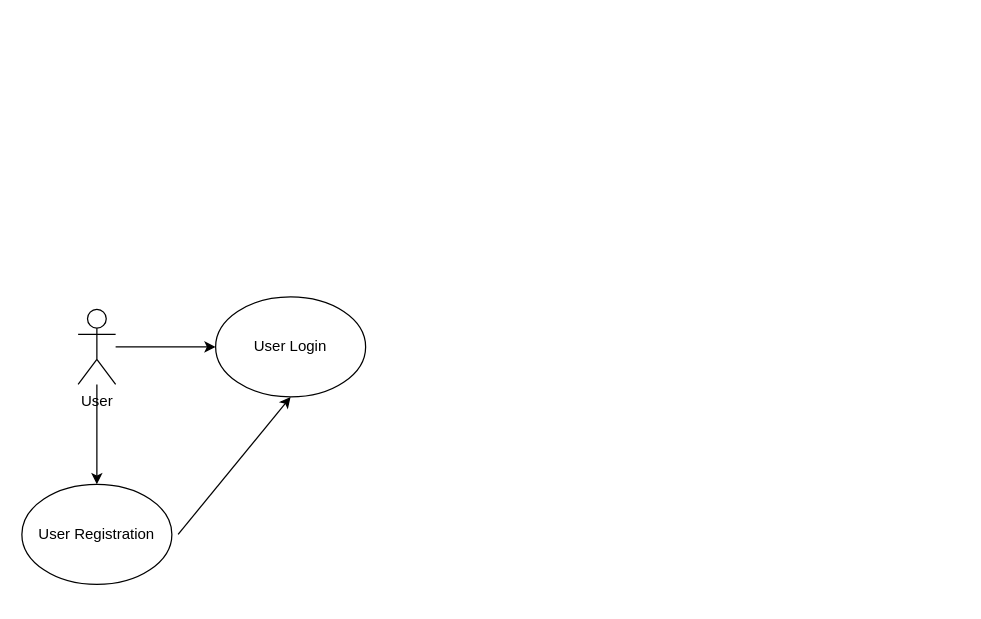
This is MovieList UCD.drawio from randyisalive/MovieList-FinalProject, a draw.io file, before an edit. Source tidied: cells renumbered, new cells numbered last; positions are measured from the earlier drawing's top-left corner, leaving out a move shared by most shapes. Both pictures are drawn from the tidied source at 125%, with x=0, y=0 at pixel (21, 296).
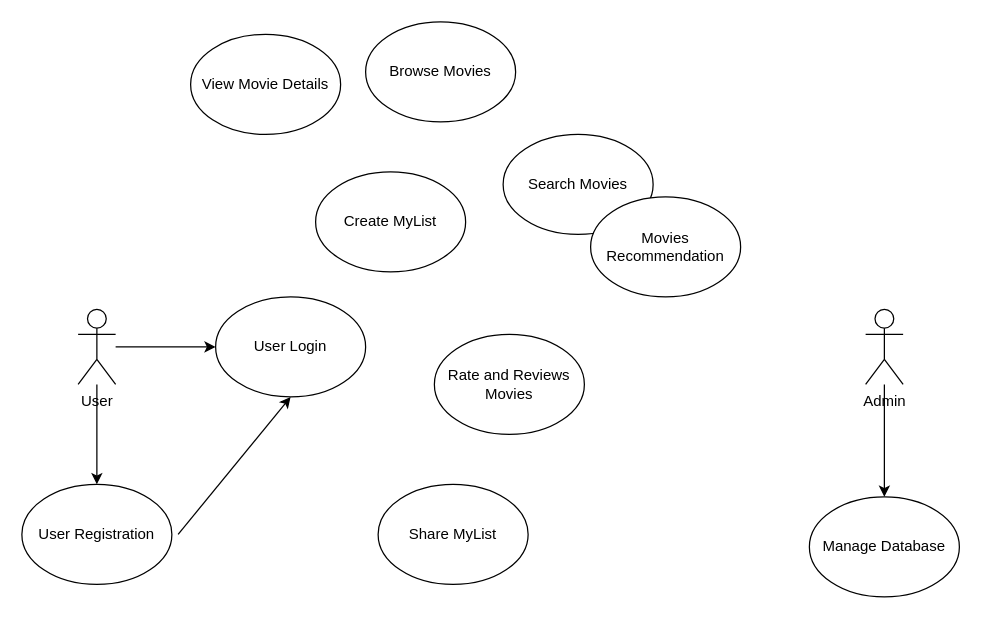
The same diagram, later.

The edit, as a diff of the source:
```diff
@@
 <mxGraphModel>
   <root>
     <mxCell id="0" />
     <mxCell id="1" parent="0" />
     <mxCell id="2" style="edgeStyle=orthogonalEdgeStyle;rounded=0;jettySize=auto;html=1;" parent="1" edge="1" source="4" target="5">
       <mxGeometry relative="1" as="geometry" />
     </mxCell>
     <mxCell id="3" style="edgeStyle=orthogonalEdgeStyle;rounded=0;jettySize=auto;html=1;" parent="1" edge="1" source="4" target="6">
       <mxGeometry relative="1" as="geometry" />
     </mxCell>
     <mxCell id="4" value="User" style="shape=umlActor;verticalLabelPosition=bottom;verticalAlign=top;html=1;outlineConnect=0;" parent="1" vertex="1">
       <mxGeometry x="45" y="10" width="30" height="60" as="geometry" />
     </mxCell>
     <mxCell id="5" value="User Login" style="ellipse;whiteSpace=wrap;html=1;" parent="1" vertex="1">
       <mxGeometry x="155" width="120" height="80" as="geometry" />
     </mxCell>
     <mxCell id="6" value="User Registration" style="ellipse;whiteSpace=wrap;html=1;" parent="1" vertex="1">
       <mxGeometry y="150" width="120" height="80" as="geometry" />
     </mxCell>
     <mxCell id="7" style="endArrow=classic;html=1;rounded=0;entryX=0.5;entryY=1;entryDx=0;entryDy=0;" parent="1" edge="1" target="5">
       <mxGeometry relative="1" as="geometry">
         <mxPoint x="125" y="190" as="sourcePoint" />
       </mxGeometry>
     </mxCell>
+    <mxCell id="8" value="Browse Movies" style="ellipse;whiteSpace=wrap;html=1;" parent="1" vertex="1">
+      <mxGeometry x="275" y="-220" width="120" height="80" as="geometry" />
+    </mxCell>
+    <mxCell id="9" value="View Movie Details" style="ellipse;whiteSpace=wrap;html=1;" parent="1" vertex="1">
+      <mxGeometry x="135" y="-210" width="120" height="80" as="geometry" />
+    </mxCell>
+    <mxCell id="10" value="Search Movies" style="ellipse;whiteSpace=wrap;html=1;" parent="1" vertex="1">
+      <mxGeometry x="385" y="-130" width="120" height="80" as="geometry" />
+    </mxCell>
+    <mxCell id="11" value="Rate and Reviews Movies" style="ellipse;whiteSpace=wrap;html=1;" parent="1" vertex="1">
+      <mxGeometry x="330" y="30" width="120" height="80" as="geometry" />
+    </mxCell>
+    <mxCell id="12" value="Create MyList" style="ellipse;whiteSpace=wrap;html=1;" parent="1" vertex="1">
+      <mxGeometry x="235" y="-100" width="120" height="80" as="geometry" />
+    </mxCell>
+    <mxCell id="13" value="Share MyList" style="ellipse;whiteSpace=wrap;html=1;" parent="1" vertex="1">
+      <mxGeometry x="285" y="150" width="120" height="80" as="geometry" />
+    </mxCell>
+    <mxCell id="14" value="Movies Recommendation" style="ellipse;whiteSpace=wrap;html=1;" parent="1" vertex="1">
+      <mxGeometry x="455" y="-80" width="120" height="80" as="geometry" />
+    </mxCell>
+    <mxCell id="15" value="Manage Database" style="ellipse;whiteSpace=wrap;html=1;" parent="1" vertex="1">
+      <mxGeometry x="630" y="160" width="120" height="80" as="geometry" />
+    </mxCell>
+    <mxCell id="16" style="edgeStyle=orthogonalEdgeStyle;rounded=0;jettySize=auto;html=1;" parent="1" edge="1" source="17" target="15">
+      <mxGeometry relative="1" as="geometry" />
+    </mxCell>
+    <mxCell id="17" value="Admin" style="shape=umlActor;verticalLabelPosition=bottom;verticalAlign=top;html=1;outlineConnect=0;" parent="1" vertex="1">
+      <mxGeometry x="675" y="10" width="30" height="60" as="geometry" />
+    </mxCell>
   </root>
 </mxGraphModel>
```
